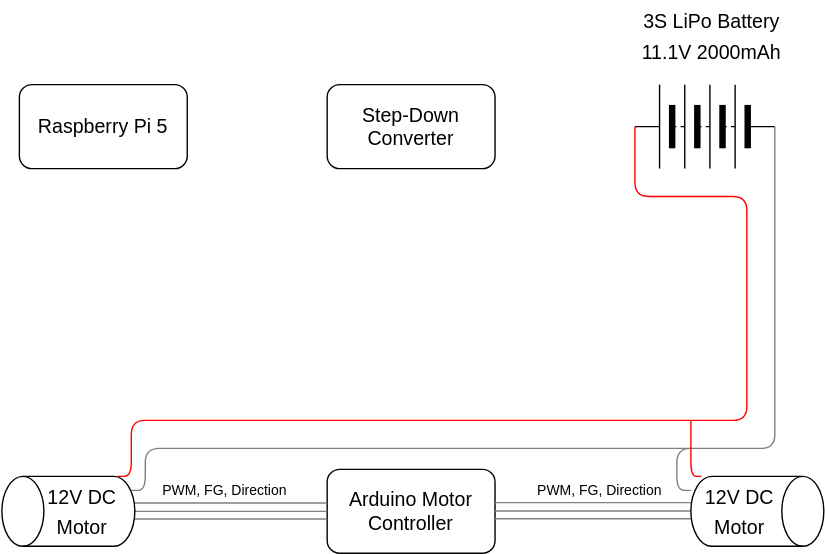
This is schematic.drawio.svg from leeping-ng/LEGO-RPi-LiDAR-Robot, a draw.io export, as it was before one commit. Source tidied: cells renumbered, new cells last; positions are measured from the earlier drawing's top-left corner, leaving out a move shared by most shapes. Its diagram source:
```xml
<mxGraphModel>
  <root>
    <mxCell id="0" />
    <mxCell id="1" parent="0" />
    <mxCell id="2" value="&lt;font style=&quot;font-size: 14px;&quot;&gt;Arduino Motor Controller&lt;/font&gt;" style="rounded=1;whiteSpace=wrap;html=1;" parent="1" vertex="1">
      <mxGeometry x="230" y="335" width="120" height="60" as="geometry" />
    </mxCell>
    <mxCell id="3" style="endArrow=none;html=1;exitX=1;exitY=0.5;exitDx=0;exitDy=0;exitPerimeter=0;entryX=0;entryY=0.5;entryDx=0;entryDy=0;strokeColor=#808080;" parent="1" edge="1" target="2">
      <mxGeometry relative="1" as="geometry">
        <mxPoint x="90" y="365" as="sourcePoint" />
      </mxGeometry>
    </mxCell>
    <mxCell id="4" style="endArrow=none;html=1;exitX=1;exitY=0.5;exitDx=0;exitDy=0;exitPerimeter=0;entryX=0;entryY=0.5;entryDx=0;entryDy=0;strokeColor=#808080;" parent="1" edge="1">
      <mxGeometry relative="1" as="geometry">
        <mxPoint x="90" y="359" as="sourcePoint" />
        <mxPoint x="230" y="359" as="targetPoint" />
      </mxGeometry>
    </mxCell>
    <mxCell id="5" style="endArrow=none;html=1;exitX=1;exitY=0.5;exitDx=0;exitDy=0;exitPerimeter=0;entryX=0;entryY=0.5;entryDx=0;entryDy=0;strokeColor=#808080;" parent="1" edge="1">
      <mxGeometry relative="1" as="geometry">
        <mxPoint x="90" y="370.5" as="sourcePoint" />
        <mxPoint x="230" y="370.5" as="targetPoint" />
      </mxGeometry>
    </mxCell>
    <mxCell id="6" style="endArrow=none;html=1;exitX=1;exitY=0.5;exitDx=0;exitDy=0;exitPerimeter=0;entryX=0;entryY=0.5;entryDx=0;entryDy=0;strokeColor=#808080;" parent="1" edge="1">
      <mxGeometry relative="1" as="geometry">
        <mxPoint x="350" y="364.8" as="sourcePoint" />
        <mxPoint x="490" y="364.8" as="targetPoint" />
      </mxGeometry>
    </mxCell>
    <mxCell id="7" style="endArrow=none;html=1;exitX=1;exitY=0.5;exitDx=0;exitDy=0;exitPerimeter=0;entryX=0;entryY=0.5;entryDx=0;entryDy=0;strokeColor=#808080;" parent="1" edge="1">
      <mxGeometry relative="1" as="geometry">
        <mxPoint x="350" y="358.8" as="sourcePoint" />
        <mxPoint x="490" y="358.8" as="targetPoint" />
      </mxGeometry>
    </mxCell>
    <mxCell id="8" style="endArrow=none;html=1;exitX=1;exitY=0.5;exitDx=0;exitDy=0;exitPerimeter=0;entryX=0;entryY=0.5;entryDx=0;entryDy=0;strokeColor=#808080;" parent="1" edge="1">
      <mxGeometry relative="1" as="geometry">
        <mxPoint x="350" y="370.2" as="sourcePoint" />
        <mxPoint x="490" y="370.2" as="targetPoint" />
      </mxGeometry>
    </mxCell>
    <mxCell id="9" value="&lt;font style=&quot;font-size: 10px;&quot;&gt;PWM, FG, Direction&lt;/font&gt;" style="text;html=1;strokeColor=none;fillColor=none;align=center;verticalAlign=middle;whiteSpace=wrap;rounded=0;fontSize=18;" parent="1" vertex="1">
      <mxGeometry x="102" y="333" width="110" height="30" as="geometry" />
    </mxCell>
    <mxCell id="10" value="&lt;font style=&quot;font-size: 10px;&quot;&gt;PWM, FG, Direction&lt;/font&gt;" style="text;html=1;strokeColor=none;fillColor=none;align=center;verticalAlign=middle;whiteSpace=wrap;rounded=0;fontSize=18;" parent="1" vertex="1">
      <mxGeometry x="370" y="333" width="110" height="30" as="geometry" />
    </mxCell>
    <mxCell id="11" style="shape=cylinder3;whiteSpace=wrap;html=1;boundedLbl=1;backgroundOutline=1;size=15;fontSize=10;rotation=90;" parent="1" vertex="1">
      <mxGeometry x="512.5" y="317.5" width="50" height="95" as="geometry" />
    </mxCell>
    <mxCell id="12" style="shape=cylinder3;whiteSpace=wrap;html=1;boundedLbl=1;backgroundOutline=1;size=15;fontSize=10;rotation=-90;" parent="1" vertex="1">
      <mxGeometry x="20" y="317.5" width="50" height="95" as="geometry" />
    </mxCell>
    <mxCell id="13" value="&lt;font style=&quot;font-size: 14px;&quot;&gt;12V DC &lt;br&gt;Motor&lt;/font&gt;" style="text;html=1;strokeColor=none;fillColor=none;align=center;verticalAlign=middle;whiteSpace=wrap;rounded=0;fontSize=18;" parent="1" vertex="1">
      <mxGeometry y="340" width="110" height="50" as="geometry" />
    </mxCell>
    <mxCell id="14" value="&lt;font style=&quot;font-size: 14px;&quot;&gt;12V DC &lt;br&gt;Motor&lt;/font&gt;" style="text;html=1;strokeColor=none;fillColor=none;align=center;verticalAlign=middle;whiteSpace=wrap;rounded=0;fontSize=18;" parent="1" vertex="1">
      <mxGeometry x="470" y="340" width="110" height="50" as="geometry" />
    </mxCell>
    <mxCell id="15" value="&lt;font style=&quot;font-size: 14px;&quot;&gt;Raspberry Pi 5&lt;/font&gt;" style="rounded=1;whiteSpace=wrap;html=1;" parent="1" vertex="1">
      <mxGeometry x="10" y="60" width="120" height="60" as="geometry" />
    </mxCell>
    <mxCell id="16" style="verticalLabelPosition=bottom;shadow=0;dashed=0;align=center;html=1;verticalAlign=top;shape=mxgraph.electrical.miscellaneous.batteryStack;fontSize=14;rotation=-180;" parent="1" vertex="1">
      <mxGeometry x="450" y="60" width="100" height="60" as="geometry" />
    </mxCell>
    <mxCell id="17" value="&lt;span style=&quot;font-size: 14px;&quot;&gt;3S LiPo Battery&lt;br&gt;&lt;/span&gt;&lt;font style=&quot;font-size: 14px;&quot;&gt;11.1V 2000mAh&lt;/font&gt;" style="text;html=1;strokeColor=none;fillColor=none;align=center;verticalAlign=middle;whiteSpace=wrap;rounded=0;fontSize=18;" parent="1" vertex="1">
      <mxGeometry x="450" width="110" height="50" as="geometry" />
    </mxCell>
    <mxCell id="18" value="&lt;font style=&quot;font-size: 14px;&quot;&gt;Step-Down Converter&lt;/font&gt;" style="rounded=1;whiteSpace=wrap;html=1;" parent="1" vertex="1">
      <mxGeometry x="230" y="60" width="120" height="60" as="geometry" />
    </mxCell>
    <mxCell id="19" style="endArrow=none;html=1;strokeColor=#808080;fontSize=14;entryX=0;entryY=0.5;entryDx=0;entryDy=0;" parent="1" edge="1" target="16">
      <mxGeometry relative="1" as="geometry">
        <mxPoint x="490" y="350" as="sourcePoint" />
        <Array as="points">
          <mxPoint x="480" y="350" />
          <mxPoint x="480" y="320" />
          <mxPoint x="550" y="320" />
        </Array>
      </mxGeometry>
    </mxCell>
    <mxCell id="20" style="endArrow=none;html=1;strokeColor=#808080;fontSize=14;" parent="1" edge="1">
      <mxGeometry relative="1" as="geometry">
        <mxPoint x="90" y="350" as="sourcePoint" />
        <mxPoint x="490" y="320" as="targetPoint" />
        <Array as="points">
          <mxPoint x="100" y="350" />
          <mxPoint x="100" y="320" />
        </Array>
      </mxGeometry>
    </mxCell>
    <mxCell id="21" style="endArrow=none;html=1;strokeColor=#FF0000;fontSize=14;entryX=1;entryY=0.5;entryDx=0;entryDy=0;" parent="1" edge="1" target="16">
      <mxGeometry relative="1" as="geometry">
        <mxPoint x="80" y="340" as="sourcePoint" />
        <Array as="points">
          <mxPoint x="90" y="340" />
          <mxPoint x="90" y="300" />
          <mxPoint x="530" y="300" />
          <mxPoint x="530" y="140" />
          <mxPoint x="450" y="140" />
        </Array>
      </mxGeometry>
    </mxCell>
    <mxCell id="22" style="endArrow=none;html=1;strokeColor=#FF0000;fontSize=14;exitX=0.25;exitY=0;exitDx=0;exitDy=0;" parent="1" edge="1" source="14">
      <mxGeometry relative="1" as="geometry">
        <mxPoint x="490" y="300" as="targetPoint" />
        <Array as="points">
          <mxPoint x="490" y="340" />
        </Array>
      </mxGeometry>
    </mxCell>
  </root>
</mxGraphModel>
```
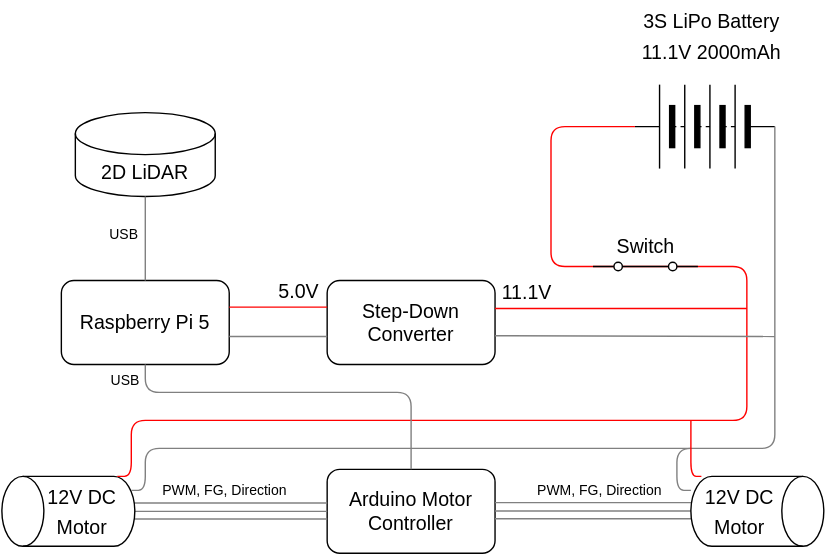
Above is the later version.

Commit message:
complete schematic

The edit, as a diff of the source:
```diff
@@ -59,7 +59,7 @@
       <mxGeometry x="470" y="340" width="110" height="50" as="geometry" />
     </mxCell>
     <mxCell id="15" value="&lt;font style=&quot;font-size: 14px;&quot;&gt;Raspberry Pi 5&lt;/font&gt;" style="rounded=1;whiteSpace=wrap;html=1;" parent="1" vertex="1">
-      <mxGeometry x="10" y="60" width="120" height="60" as="geometry" />
+      <mxGeometry x="40" y="200" width="120" height="60" as="geometry" />
     </mxCell>
     <mxCell id="16" style="verticalLabelPosition=bottom;shadow=0;dashed=0;align=center;html=1;verticalAlign=top;shape=mxgraph.electrical.miscellaneous.batteryStack;fontSize=14;rotation=-180;" parent="1" vertex="1">
       <mxGeometry x="450" y="60" width="100" height="60" as="geometry" />
@@ -68,7 +68,7 @@
       <mxGeometry x="450" width="110" height="50" as="geometry" />
     </mxCell>
     <mxCell id="18" value="&lt;font style=&quot;font-size: 14px;&quot;&gt;Step-Down Converter&lt;/font&gt;" style="rounded=1;whiteSpace=wrap;html=1;" parent="1" vertex="1">
-      <mxGeometry x="230" y="60" width="120" height="60" as="geometry" />
+      <mxGeometry x="230" y="200" width="120" height="60" as="geometry" />
     </mxCell>
     <mxCell id="19" style="endArrow=none;html=1;strokeColor=#808080;fontSize=14;entryX=0;entryY=0.5;entryDx=0;entryDy=0;" parent="1" edge="1" target="16">
       <mxGeometry relative="1" as="geometry">
@@ -97,8 +97,9 @@
           <mxPoint x="90" y="340" />
           <mxPoint x="90" y="300" />
           <mxPoint x="530" y="300" />
-          <mxPoint x="530" y="140" />
-          <mxPoint x="450" y="140" />
+          <mxPoint x="530" y="190" />
+          <mxPoint x="390" y="190" />
+          <mxPoint x="390" y="90" />
         </Array>
       </mxGeometry>
     </mxCell>
@@ -110,5 +111,63 @@
         </Array>
       </mxGeometry>
     </mxCell>
+    <mxCell id="23" style="shape=mxgraph.electrical.electro-mechanical.singleSwitch;elSwitchState=on;" parent="1" vertex="1">
+      <mxGeometry x="420" y="174" width="75" height="20" as="geometry" />
+    </mxCell>
+    <mxCell id="24" value="&lt;span style=&quot;font-size: 14px;&quot;&gt;Switch&lt;/span&gt;" style="text;html=1;strokeColor=none;fillColor=none;align=center;verticalAlign=middle;whiteSpace=wrap;rounded=0;fontSize=18;" parent="1" vertex="1">
+      <mxGeometry x="423.8" y="160" width="67.5" height="30" as="geometry" />
+    </mxCell>
+    <mxCell id="25" style="endArrow=none;html=1;strokeColor=#FF0000;" parent="1" edge="1">
+      <mxGeometry relative="1" as="geometry">
+        <mxPoint x="350" y="220" as="sourcePoint" />
+        <mxPoint x="530" y="220" as="targetPoint" />
+      </mxGeometry>
+    </mxCell>
+    <mxCell id="26" style="endArrow=none;html=1;exitX=1;exitY=0.25;exitDx=0;exitDy=0;strokeColor=#808080;" parent="1" edge="1">
+      <mxGeometry relative="1" as="geometry">
+        <mxPoint x="350" y="239.5" as="sourcePoint" />
+        <mxPoint x="550" y="240" as="targetPoint" />
+      </mxGeometry>
+    </mxCell>
+    <mxCell id="27" value="&lt;span style=&quot;font-size: 14px;&quot;&gt;11.1V&lt;/span&gt;" style="text;html=1;strokeColor=none;fillColor=none;align=center;verticalAlign=middle;whiteSpace=wrap;rounded=0;fontSize=18;" parent="1" vertex="1">
+      <mxGeometry x="339" y="193" width="67.5" height="30" as="geometry" />
+    </mxCell>
+    <mxCell id="28" value="&lt;font style=&quot;font-size: 14px;&quot;&gt;2D LiDAR&lt;/font&gt;" style="shape=cylinder3;whiteSpace=wrap;html=1;boundedLbl=1;backgroundOutline=1;size=15;" parent="1" vertex="1">
+      <mxGeometry x="50" y="80" width="100" height="60" as="geometry" />
+    </mxCell>
+    <mxCell id="29" style="endArrow=none;html=1;strokeColor=#FF0000;" parent="1" edge="1">
+      <mxGeometry relative="1" as="geometry">
+        <mxPoint x="160" y="219" as="sourcePoint" />
+        <mxPoint x="230" y="219" as="targetPoint" />
+      </mxGeometry>
+    </mxCell>
+    <mxCell id="30" style="endArrow=none;html=1;exitX=1;exitY=0.25;exitDx=0;exitDy=0;strokeColor=#808080;" parent="1" edge="1">
+      <mxGeometry relative="1" as="geometry">
+        <mxPoint x="160" y="240" as="sourcePoint" />
+        <mxPoint x="230" y="240" as="targetPoint" />
+      </mxGeometry>
+    </mxCell>
+    <mxCell id="31" value="&lt;span style=&quot;font-size: 14px;&quot;&gt;5.0V&lt;/span&gt;" style="text;html=1;strokeColor=none;fillColor=none;align=center;verticalAlign=middle;whiteSpace=wrap;rounded=0;fontSize=18;" parent="1" vertex="1">
+      <mxGeometry x="176" y="192" width="67.5" height="30" as="geometry" />
+    </mxCell>
+    <mxCell id="32" style="endArrow=none;html=1;strokeColor=#808080;fontSize=14;entryX=0.5;entryY=1;entryDx=0;entryDy=0;entryPerimeter=0;" parent="1" edge="1" target="28">
+      <mxGeometry relative="1" as="geometry">
+        <mxPoint x="100" y="200" as="sourcePoint" />
+      </mxGeometry>
+    </mxCell>
+    <mxCell id="33" value="&lt;font style=&quot;font-size: 10px;&quot;&gt;USB&lt;/font&gt;" style="text;html=1;strokeColor=none;fillColor=none;align=center;verticalAlign=middle;whiteSpace=wrap;rounded=0;fontSize=18;" parent="1" vertex="1">
+      <mxGeometry x="63" y="150" width="44" height="30" as="geometry" />
+    </mxCell>
+    <mxCell id="34" style="endArrow=none;html=1;strokeColor=#808080;fontSize=14;entryX=0.5;entryY=1;entryDx=0;entryDy=0;exitX=0.5;exitY=0;exitDx=0;exitDy=0;" parent="1" edge="1" source="2" target="15">
+      <mxGeometry relative="1" as="geometry">
+        <Array as="points">
+          <mxPoint x="290" y="280" />
+          <mxPoint x="100" y="280" />
+        </Array>
+      </mxGeometry>
+    </mxCell>
+    <mxCell id="35" value="&lt;font style=&quot;font-size: 10px;&quot;&gt;USB&lt;/font&gt;" style="text;html=1;strokeColor=none;fillColor=none;align=center;verticalAlign=middle;whiteSpace=wrap;rounded=0;fontSize=18;" parent="1" vertex="1">
+      <mxGeometry x="64" y="254" width="44" height="30" as="geometry" />
+    </mxCell>
   </root>
 </mxGraphModel>
```
